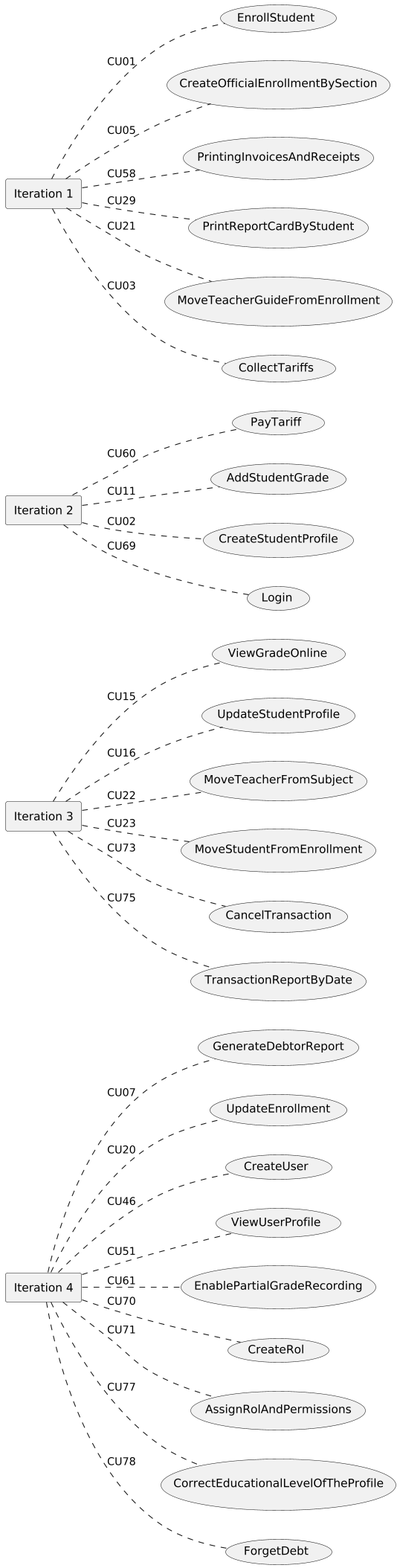
Earlier version of the PlantUML export out/UseCaseView/Prioritization.png (wsmcbl/wsmcbl.doc).
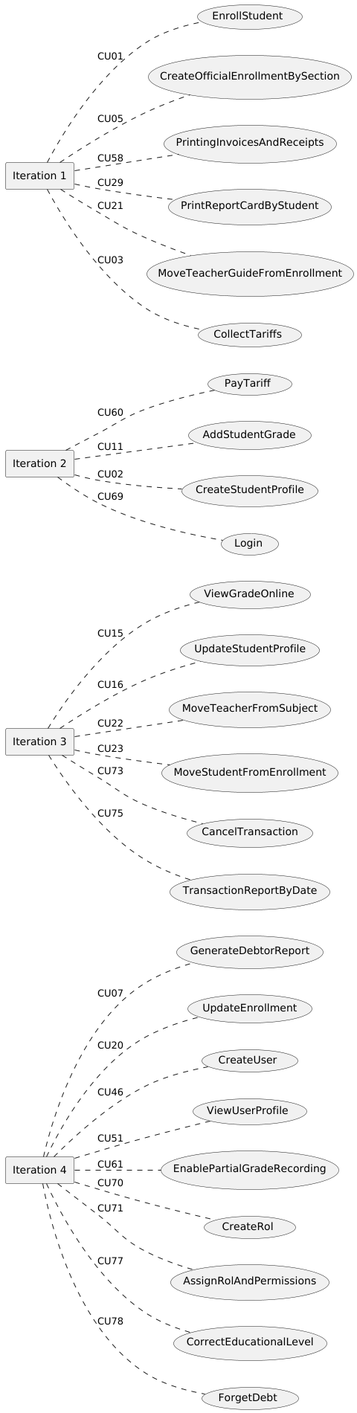
The same diagram one commit later.

Commit message:
Refactor: update CU77 name in UseCase view

Diff of the diagram source:
```diff
@@ -10,7 +10,7 @@
 usecase CU61 as "EnablePartialGradeRecording"
 usecase CU70 as "CreateRol"
 usecase CU71 as "AssignRolAndPermissions"
-usecase CU77 as "CorrectEducationalLevelOfTheProfile"
+usecase CU77 as "CorrectEducationalLevel"
 usecase CU78 as "ForgetDebt"
 
 Iteration4 .. CU07 : CU07
```
